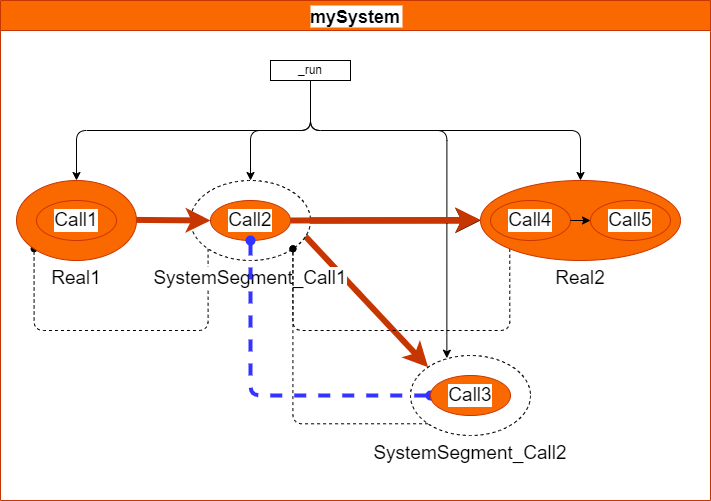
Before: Doc/Terminologies/png/root-toplevel.dio.png, a diagram exported from draw.io (DualsoftDev/ds). Source tidied: cells renumbered, new cells last; positions are measured from the earlier drawing's top-left corner, leaving out a move shared by most shapes. Its diagram source:
```xml
<mxGraphModel>
  <root>
    <mxCell id="0" />
    <mxCell id="1" parent="0" />
    <mxCell id="2" value="mySystem" style="swimlane;labelBackgroundColor=#FFFFFF;fontColor=#000000;fontSize=18;startSize=30;fillColor=#fa6800;strokeColor=#C73500;" parent="1" vertex="1">
      <mxGeometry width="710" height="500" as="geometry" />
    </mxCell>
    <mxCell id="3" value="SystemSegment_Call2" style="ellipse;whiteSpace=wrap;html=1;labelBackgroundColor=#FFFFFF;fontColor=none;fontSize=19;dashed=1;labelPosition=center;verticalLabelPosition=bottom;align=center;verticalAlign=top;" parent="2" vertex="1">
      <mxGeometry x="410" y="355" width="120" height="80" as="geometry" />
    </mxCell>
    <mxCell id="4" style="edgeStyle=none;html=1;strokeWidth=6;" parent="2" edge="1" source="7" target="21">
      <mxGeometry relative="1" as="geometry" />
    </mxCell>
    <mxCell id="5" style="edgeStyle=none;html=1;exitX=1;exitY=0.5;exitDx=0;exitDy=0;entryX=0;entryY=0;entryDx=0;entryDy=0;strokeWidth=6;fillColor=#fa6800;strokeColor=#C73500;" parent="2" edge="1" source="8" target="3">
      <mxGeometry relative="1" as="geometry" />
    </mxCell>
    <mxCell id="6" style="edgeStyle=orthogonalEdgeStyle;html=1;exitX=0;exitY=1;exitDx=0;exitDy=0;entryX=0;entryY=1;entryDx=0;entryDy=0;strokeWidth=1;endArrow=oval;endFill=1;dashed=1;" parent="2" edge="1" source="7" target="17">
      <mxGeometry relative="1" as="geometry">
        <Array as="points">
          <mxPoint x="208" y="330" />
          <mxPoint x="34" y="330" />
        </Array>
      </mxGeometry>
    </mxCell>
    <mxCell id="7" value="SystemSegment_Call1" style="ellipse;whiteSpace=wrap;html=1;labelBackgroundColor=#FFFFFF;fontColor=none;fontSize=19;dashed=1;labelPosition=center;verticalLabelPosition=bottom;align=center;verticalAlign=top;" parent="2" vertex="1">
      <mxGeometry x="190" y="180" width="120" height="80" as="geometry" />
    </mxCell>
    <mxCell id="8" value="Call2" style="ellipse;whiteSpace=wrap;html=1;labelBackgroundColor=#FFFFFF;fontColor=#000000;fontSize=19;fillColor=#fa6800;strokeColor=#C73500;" parent="2" vertex="1">
      <mxGeometry x="210" y="200" width="80" height="40" as="geometry" />
    </mxCell>
    <mxCell id="9" style="edgeStyle=orthogonalEdgeStyle;html=1;exitX=0.5;exitY=1;exitDx=0;exitDy=0;entryX=0;entryY=0.5;entryDx=0;entryDy=0;endArrow=oval;endFill=1;strokeWidth=4;startArrow=oval;startFill=1;dashed=1;strokeColor=#3333FF;" parent="2" edge="1" source="8" target="16">
      <mxGeometry relative="1" as="geometry" />
    </mxCell>
    <mxCell id="10" style="edgeStyle=orthogonalEdgeStyle;html=1;exitX=0.5;exitY=1;exitDx=0;exitDy=0;startArrow=none;entryX=0.5;entryY=0;entryDx=0;entryDy=0;" parent="2" edge="1" source="14" target="17">
      <mxGeometry relative="1" as="geometry" />
    </mxCell>
    <mxCell id="11" style="edgeStyle=orthogonalEdgeStyle;html=1;exitX=0.5;exitY=1;exitDx=0;exitDy=0;strokeWidth=1;" parent="2" edge="1" source="14" target="7">
      <mxGeometry relative="1" as="geometry" />
    </mxCell>
    <mxCell id="12" style="edgeStyle=orthogonalEdgeStyle;html=1;exitX=0.5;exitY=1;exitDx=0;exitDy=0;strokeWidth=1;" parent="2" edge="1" source="14" target="21">
      <mxGeometry relative="1" as="geometry" />
    </mxCell>
    <mxCell id="13" style="edgeStyle=orthogonalEdgeStyle;html=1;exitX=0.5;exitY=1;exitDx=0;exitDy=0;entryX=0.303;entryY=0.034;entryDx=0;entryDy=0;entryPerimeter=0;endArrow=classic;endFill=1;strokeWidth=1;" parent="2" edge="1" source="14" target="3">
      <mxGeometry relative="1" as="geometry">
        <Array as="points">
          <mxPoint x="310" y="130" />
          <mxPoint x="446" y="130" />
        </Array>
      </mxGeometry>
    </mxCell>
    <mxCell id="14" value="_run" style="rounded=0;whiteSpace=wrap;html=1;" parent="2" vertex="1">
      <mxGeometry x="270" y="60" width="80" height="20" as="geometry" />
    </mxCell>
    <mxCell id="15" style="edgeStyle=orthogonalEdgeStyle;html=1;exitX=0;exitY=1;exitDx=0;exitDy=0;entryX=1;entryY=1;entryDx=0;entryDy=0;dashed=1;endArrow=oval;endFill=1;strokeWidth=1;" parent="2" edge="1" source="3" target="7">
      <mxGeometry relative="1" as="geometry" />
    </mxCell>
    <mxCell id="16" value="Call3" style="ellipse;whiteSpace=wrap;html=1;labelBackgroundColor=#FFFFFF;fontColor=#000000;fontSize=19;fillColor=#fa6800;strokeColor=#C73500;" parent="2" vertex="1">
      <mxGeometry x="430" y="375" width="80" height="40" as="geometry" />
    </mxCell>
    <mxCell id="17" value="Real1" style="ellipse;whiteSpace=wrap;html=1;labelBackgroundColor=#FFFFFF;fontColor=#000000;fontSize=19;labelPosition=center;verticalLabelPosition=bottom;align=center;verticalAlign=top;fillColor=#fa6800;strokeColor=#C73500;" parent="2" vertex="1">
      <mxGeometry x="16" y="180" width="120" height="80" as="geometry" />
    </mxCell>
    <mxCell id="18" style="edgeStyle=orthogonalEdgeStyle;html=1;exitX=0;exitY=1;exitDx=0;exitDy=0;entryX=1;entryY=1;entryDx=0;entryDy=0;dashed=1;endArrow=oval;endFill=1;strokeWidth=1;" parent="2" edge="1" source="21" target="7">
      <mxGeometry relative="1" as="geometry">
        <Array as="points">
          <mxPoint x="509" y="330" />
          <mxPoint x="292" y="330" />
        </Array>
      </mxGeometry>
    </mxCell>
    <mxCell id="19" style="edgeStyle=none;html=1;exitX=1;exitY=0.5;exitDx=0;exitDy=0;strokeWidth=6;fillColor=#fa6800;strokeColor=#C73500;entryX=0;entryY=0.5;entryDx=0;entryDy=0;" parent="2" edge="1" target="8">
      <mxGeometry relative="1" as="geometry">
        <mxPoint x="136" y="219.4" as="sourcePoint" />
      </mxGeometry>
    </mxCell>
    <mxCell id="20" style="edgeStyle=none;html=1;strokeWidth=6;fillColor=#fa6800;strokeColor=#C73500;exitX=1;exitY=0.5;exitDx=0;exitDy=0;" parent="2" edge="1" source="8">
      <mxGeometry relative="1" as="geometry">
        <mxPoint x="480" y="219.4" as="targetPoint" />
      </mxGeometry>
    </mxCell>
    <mxCell id="21" value="Real2" style="ellipse;whiteSpace=wrap;html=1;labelBackgroundColor=#FFFFFF;fontColor=#000000;fontSize=19;labelPosition=center;verticalLabelPosition=bottom;align=center;verticalAlign=top;fillColor=#fa6800;strokeColor=#C73500;" parent="2" vertex="1">
      <mxGeometry x="480" y="180" width="200" height="80" as="geometry" />
    </mxCell>
    <mxCell id="22" value="Call4" style="ellipse;whiteSpace=wrap;html=1;labelBackgroundColor=#FFFFFF;fontColor=#000000;fontSize=19;fillColor=#fa6800;strokeColor=#C73500;" parent="2" vertex="1">
      <mxGeometry x="490" y="200" width="80" height="40" as="geometry" />
    </mxCell>
    <mxCell id="23" value="Call5" style="ellipse;whiteSpace=wrap;html=1;labelBackgroundColor=#FFFFFF;fontColor=#000000;fontSize=19;fillColor=#fa6800;strokeColor=#C73500;" parent="2" vertex="1">
      <mxGeometry x="590" y="200" width="80" height="40" as="geometry" />
    </mxCell>
    <mxCell id="24" style="edgeStyle=none;html=1;exitX=1;exitY=0.5;exitDx=0;exitDy=0;" parent="2" edge="1" source="22" target="23">
      <mxGeometry relative="1" as="geometry" />
    </mxCell>
    <mxCell id="25" value="Call1" style="ellipse;whiteSpace=wrap;html=1;labelBackgroundColor=#FFFFFF;fontColor=#000000;fontSize=19;fillColor=#fa6800;strokeColor=#C73500;" parent="2" vertex="1">
      <mxGeometry x="36" y="200" width="80" height="40" as="geometry" />
    </mxCell>
  </root>
</mxGraphModel>
```
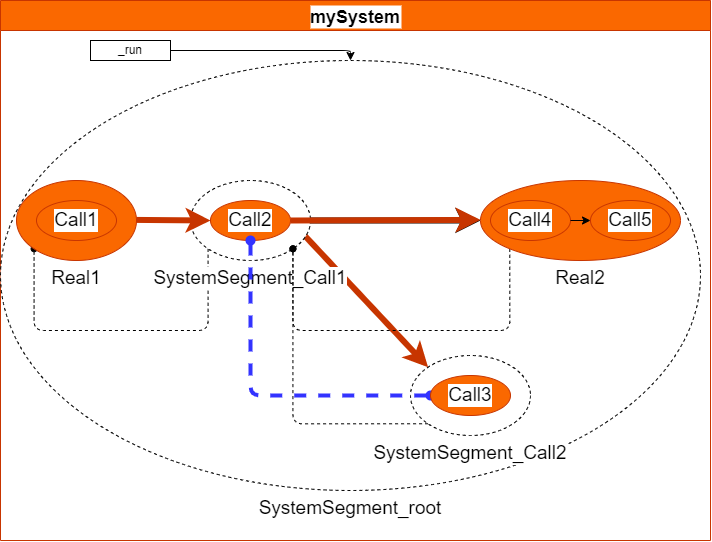
Later version of the same file.

The edit, as a diff of the source:
```diff
@@ -3,8 +3,11 @@
     <mxCell id="0" />
     <mxCell id="1" parent="0" />
     <mxCell id="2" value="mySystem" style="swimlane;labelBackgroundColor=#FFFFFF;fontColor=#000000;fontSize=18;startSize=30;fillColor=#fa6800;strokeColor=#C73500;" parent="1" vertex="1">
-      <mxGeometry width="710" height="500" as="geometry" />
+      <mxGeometry width="710" height="540" as="geometry" />
     </mxCell>
+    <mxCell id="26" value="SystemSegment_root" style="ellipse;whiteSpace=wrap;html=1;labelBackgroundColor=#FFFFFF;fontColor=none;fontSize=19;dashed=1;labelPosition=center;verticalLabelPosition=bottom;align=center;verticalAlign=top;" parent="2" vertex="1">
+      <mxGeometry y="60" width="700" height="430" as="geometry" />
+    </mxCell>
     <mxCell id="3" value="SystemSegment_Call2" style="ellipse;whiteSpace=wrap;html=1;labelBackgroundColor=#FFFFFF;fontColor=none;fontSize=19;dashed=1;labelPosition=center;verticalLabelPosition=bottom;align=center;verticalAlign=top;" parent="2" vertex="1">
       <mxGeometry x="410" y="355" width="120" height="80" as="geometry" />
     </mxCell>
@@ -31,25 +34,11 @@
     <mxCell id="9" style="edgeStyle=orthogonalEdgeStyle;html=1;exitX=0.5;exitY=1;exitDx=0;exitDy=0;entryX=0;entryY=0.5;entryDx=0;entryDy=0;endArrow=oval;endFill=1;strokeWidth=4;startArrow=oval;startFill=1;dashed=1;strokeColor=#3333FF;" parent="2" edge="1" source="8" target="16">
       <mxGeometry relative="1" as="geometry" />
     </mxCell>
-    <mxCell id="10" style="edgeStyle=orthogonalEdgeStyle;html=1;exitX=0.5;exitY=1;exitDx=0;exitDy=0;startArrow=none;entryX=0.5;entryY=0;entryDx=0;entryDy=0;" parent="2" edge="1" source="14" target="17">
+    <mxCell id="10" style="edgeStyle=orthogonalEdgeStyle;html=1;exitX=1;exitY=0.5;exitDx=0;exitDy=0;startArrow=none;entryX=0.5;entryY=0;entryDx=0;entryDy=0;" parent="2" edge="1" source="14" target="26">
       <mxGeometry relative="1" as="geometry" />
     </mxCell>
-    <mxCell id="11" style="edgeStyle=orthogonalEdgeStyle;html=1;exitX=0.5;exitY=1;exitDx=0;exitDy=0;strokeWidth=1;" parent="2" edge="1" source="14" target="7">
-      <mxGeometry relative="1" as="geometry" />
-    </mxCell>
-    <mxCell id="12" style="edgeStyle=orthogonalEdgeStyle;html=1;exitX=0.5;exitY=1;exitDx=0;exitDy=0;strokeWidth=1;" parent="2" edge="1" source="14" target="21">
-      <mxGeometry relative="1" as="geometry" />
-    </mxCell>
-    <mxCell id="13" style="edgeStyle=orthogonalEdgeStyle;html=1;exitX=0.5;exitY=1;exitDx=0;exitDy=0;entryX=0.303;entryY=0.034;entryDx=0;entryDy=0;entryPerimeter=0;endArrow=classic;endFill=1;strokeWidth=1;" parent="2" edge="1" source="14" target="3">
-      <mxGeometry relative="1" as="geometry">
-        <Array as="points">
-          <mxPoint x="310" y="130" />
-          <mxPoint x="446" y="130" />
-        </Array>
-      </mxGeometry>
-    </mxCell>
     <mxCell id="14" value="_run" style="rounded=0;whiteSpace=wrap;html=1;" parent="2" vertex="1">
-      <mxGeometry x="270" y="60" width="80" height="20" as="geometry" />
+      <mxGeometry x="90" y="40" width="80" height="20" as="geometry" />
     </mxCell>
     <mxCell id="15" style="edgeStyle=orthogonalEdgeStyle;html=1;exitX=0;exitY=1;exitDx=0;exitDy=0;entryX=1;entryY=1;entryDx=0;entryDy=0;dashed=1;endArrow=oval;endFill=1;strokeWidth=1;" parent="2" edge="1" source="3" target="7">
       <mxGeometry relative="1" as="geometry" />
```
